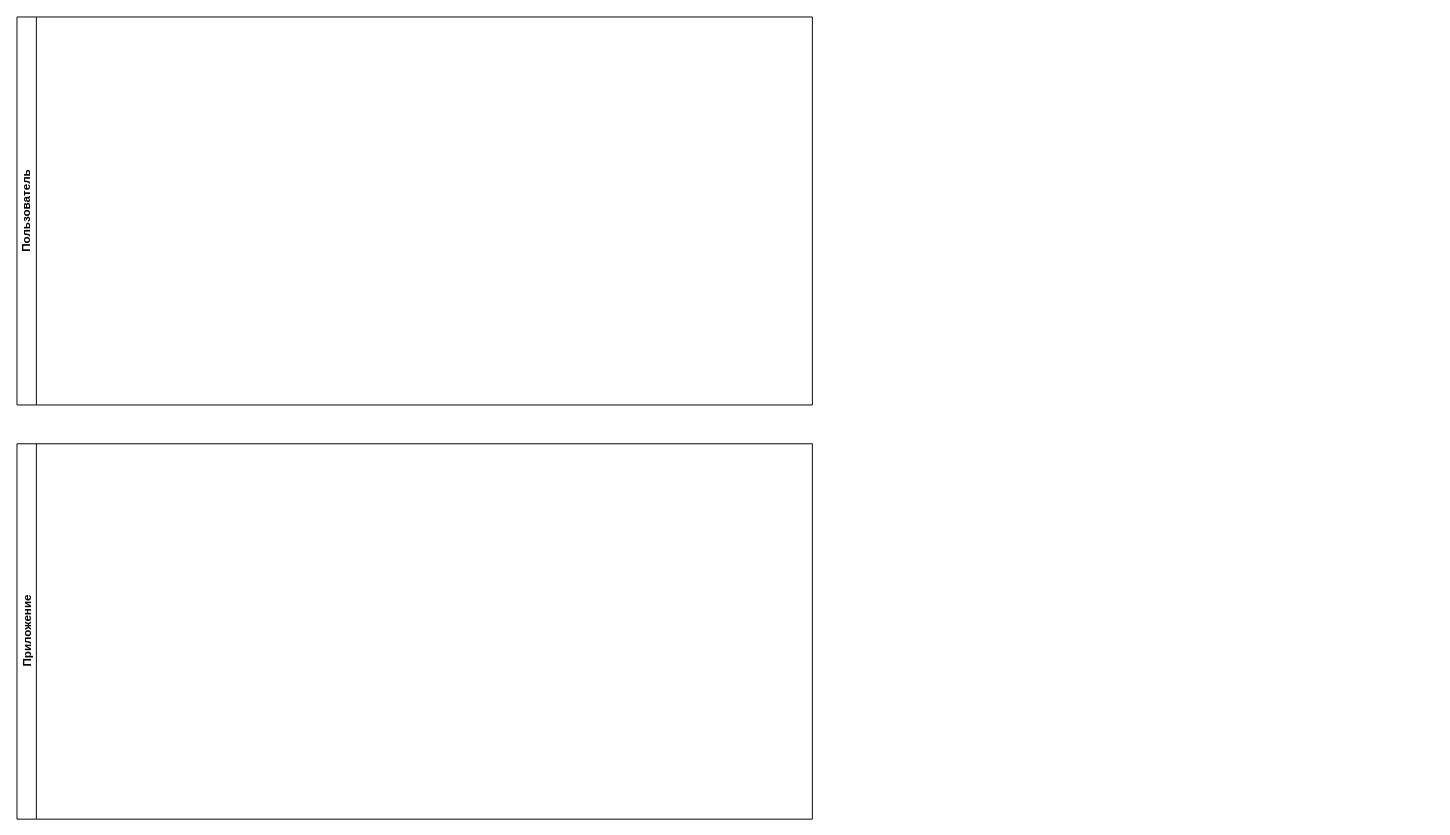
Before: Задание2.drawio in Cheprunovn/Analytics, a draw.io diagram. Source tidied: cells renumbered, new cells numbered last; positions are measured from the earlier drawing's top-left corner, leaving out a move shared by most shapes. Both pictures are drawn from the tidied source at 97%, with x=0, y=0 at pixel (16, 16).
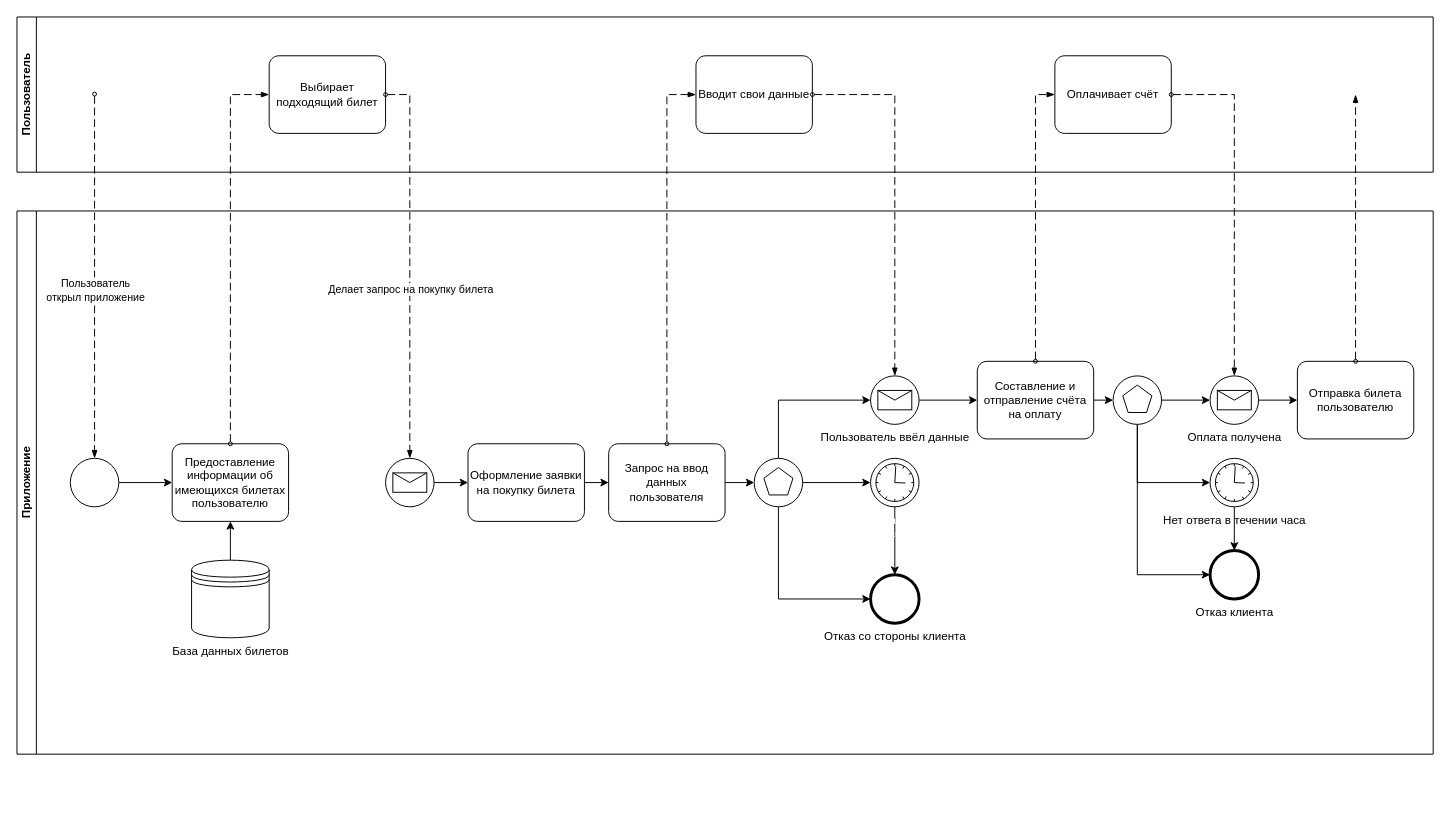
After the change.

What changed in the source:
```diff
@@
     <mxCell id="2" value="Пользователь&lt;br&gt;" style="swimlane;startSize=20;horizontal=0;html=1;whiteSpace=wrap;" parent="1" vertex="1">
-      <mxGeometry width="820" height="400" as="geometry" />
+      <mxGeometry width="1460" height="160" as="geometry" />
     </mxCell>
+    <mxCell id="4" style="dashed=1;dashPattern=8 4;endArrow=blockThin;endFill=1;startArrow=oval;startFill=0;endSize=6;startSize=4;html=1;rounded=0;" parent="2" edge="1" target="12">
+      <mxGeometry relative="1" as="geometry">
+        <mxPoint x="80" y="79.5" as="sourcePoint" />
+      </mxGeometry>
+    </mxCell>
+    <mxCell id="5" value="Пользователь &lt;br&gt;открыл приложение" style="edgeLabel;html=1;align=center;verticalAlign=middle;" parent="4" vertex="1">
+      <mxGeometry x="0.07" relative="1" as="geometry">
+        <mxPoint y="1" as="offset" />
+      </mxGeometry>
+    </mxCell>
+    <mxCell id="6" value="Выбирает подходящий билет" style="points=[[0.25,0,0],[0.5,0,0],[0.75,0,0],[1,0.25,0],[1,0.5,0],[1,0.75,0],[0.75,1,0],[0.5,1,0],[0.25,1,0],[0,0.75,0],[0,0.5,0],[0,0.25,0]];shape=mxgraph.bpmn.task;whiteSpace=wrap;rectStyle=rounded;size=10;html=1;taskMarker=abstract;" parent="2" vertex="1">
+      <mxGeometry x="260" y="40" width="120" height="80" as="geometry" />
+    </mxCell>
+    <mxCell id="7" style="dashed=1;dashPattern=8 4;endArrow=blockThin;endFill=1;startArrow=oval;startFill=0;endSize=6;startSize=4;html=1;rounded=0;exitX=1;exitY=0.5;exitDx=0;exitDy=0;exitPerimeter=0;entryX=0.5;entryY=0;entryDx=0;entryDy=0;entryPerimeter=0;" parent="2" edge="1" source="6" target="17">
+      <mxGeometry relative="1" as="geometry">
+        <Array as="points">
+          <mxPoint x="405" y="80" />
+        </Array>
+      </mxGeometry>
+    </mxCell>
+    <mxCell id="8" value="Делает запрос на покупку билета" style="edgeLabel;html=1;align=center;verticalAlign=middle;" parent="7" vertex="1">
+      <mxGeometry x="0.66" y="-3" relative="1" as="geometry">
+        <mxPoint x="3" y="-107" as="offset" />
+      </mxGeometry>
+    </mxCell>
+    <mxCell id="9" value="Вводит свои данные" style="points=[[0.25,0,0],[0.5,0,0],[0.75,0,0],[1,0.25,0],[1,0.5,0],[1,0.75,0],[0.75,1,0],[0.5,1,0],[0.25,1,0],[0,0.75,0],[0,0.5,0],[0,0.25,0]];shape=mxgraph.bpmn.task;whiteSpace=wrap;rectStyle=rounded;size=10;html=1;taskMarker=abstract;" parent="2" vertex="1">
+      <mxGeometry x="700" y="40" width="120" height="80" as="geometry" />
+    </mxCell>
+    <mxCell id="10" value="Оплачивает счёт" style="points=[[0.25,0,0],[0.5,0,0],[0.75,0,0],[1,0.25,0],[1,0.5,0],[1,0.75,0],[0.75,1,0],[0.5,1,0],[0.25,1,0],[0,0.75,0],[0,0.5,0],[0,0.25,0]];shape=mxgraph.bpmn.task;whiteSpace=wrap;rectStyle=rounded;size=10;html=1;taskMarker=abstract;" parent="2" vertex="1">
+      <mxGeometry x="1070" y="40" width="120" height="80" as="geometry" />
+    </mxCell>
-    <mxCell id="3" value="Приложение&lt;br&gt;" style="swimlane;startSize=20;horizontal=0;html=1;whiteSpace=wrap;" parent="1" vertex="1">
-      <mxGeometry y="440" width="820" height="387" as="geometry" />
+    <mxCell id="3" value="Приложение&lt;br&gt;" style="swimlane;startSize=20;horizontal=0;html=1;whiteSpace=wrap;fontColor=default;labelBackgroundColor=none;" parent="1" vertex="1">
+      <mxGeometry y="200" width="1460" height="560" as="geometry" />
     </mxCell>
+    <mxCell id="11" style="edgeStyle=orthogonalEdgeStyle;rounded=0;jettySize=auto;html=1;exitX=1;exitY=0.5;exitDx=0;exitDy=0;exitPerimeter=0;entryX=0;entryY=0.5;entryDx=0;entryDy=0;entryPerimeter=0;" parent="3" edge="1" source="12" target="13">
+      <mxGeometry relative="1" as="geometry" />
+    </mxCell>
+    <mxCell id="12" style="points=[[0.145,0.145,0],[0.5,0,0],[0.855,0.145,0],[1,0.5,0],[0.855,0.855,0],[0.5,1,0],[0.145,0.855,0],[0,0.5,0]];shape=mxgraph.bpmn.event;html=1;verticalLabelPosition=bottom;labelBackgroundColor=#ffffff;verticalAlign=top;align=center;perimeter=ellipsePerimeter;outlineConnect=0;outline=standard;symbol=general;" parent="3" vertex="1">
+      <mxGeometry x="55" y="255" width="50" height="50" as="geometry" />
+    </mxCell>
+    <mxCell id="13" value="Предоставление информации об имеющихся билетах пользователю" style="points=[[0.25,0,0],[0.5,0,0],[0.75,0,0],[1,0.25,0],[1,0.5,0],[1,0.75,0],[0.75,1,0],[0.5,1,0],[0.25,1,0],[0,0.75,0],[0,0.5,0],[0,0.25,0]];shape=mxgraph.bpmn.task;whiteSpace=wrap;rectStyle=rounded;size=10;html=1;taskMarker=abstract;" parent="3" vertex="1">
+      <mxGeometry x="160" y="240" width="120" height="80" as="geometry" />
+    </mxCell>
+    <mxCell id="14" style="edgeStyle=orthogonalEdgeStyle;rounded=0;jettySize=auto;html=1;exitX=0.5;exitY=0;exitDx=0;exitDy=0;entryX=0.5;entryY=1;entryDx=0;entryDy=0;entryPerimeter=0;" parent="3" edge="1" source="15" target="13">
+      <mxGeometry relative="1" as="geometry" />
+    </mxCell>
+    <mxCell id="15" value="База данных билетов" style="shape=datastore;html=1;labelPosition=center;verticalLabelPosition=bottom;align=center;verticalAlign=top;" parent="3" vertex="1">
+      <mxGeometry x="180" y="360" width="80" height="80" as="geometry" />
+    </mxCell>
+    <mxCell id="16" style="edgeStyle=orthogonalEdgeStyle;rounded=0;jettySize=auto;html=1;exitX=1;exitY=0.5;exitDx=0;exitDy=0;exitPerimeter=0;entryX=0;entryY=0.5;entryDx=0;entryDy=0;entryPerimeter=0;" parent="3" edge="1" source="17" target="19">
+      <mxGeometry relative="1" as="geometry" />
+    </mxCell>
+    <mxCell id="17" style="points=[[0.145,0.145,0],[0.5,0,0],[0.855,0.145,0],[1,0.5,0],[0.855,0.855,0],[0.5,1,0],[0.145,0.855,0],[0,0.5,0]];shape=mxgraph.bpmn.event;html=1;verticalLabelPosition=bottom;labelBackgroundColor=#ffffff;verticalAlign=top;align=center;perimeter=ellipsePerimeter;outlineConnect=0;outline=standard;symbol=message;" parent="3" vertex="1">
+      <mxGeometry x="380" y="255" width="50" height="50" as="geometry" />
+    </mxCell>
+    <mxCell id="18" style="edgeStyle=orthogonalEdgeStyle;rounded=0;jettySize=auto;html=1;exitX=1;exitY=0.5;exitDx=0;exitDy=0;exitPerimeter=0;entryX=0;entryY=0.5;entryDx=0;entryDy=0;entryPerimeter=0;" parent="3" edge="1" source="19" target="21">
+      <mxGeometry relative="1" as="geometry" />
+    </mxCell>
+    <mxCell id="19" value="Оформление заявки на покупку билета" style="points=[[0.25,0,0],[0.5,0,0],[0.75,0,0],[1,0.25,0],[1,0.5,0],[1,0.75,0],[0.75,1,0],[0.5,1,0],[0.25,1,0],[0,0.75,0],[0,0.5,0],[0,0.25,0]];shape=mxgraph.bpmn.task;whiteSpace=wrap;rectStyle=rounded;size=10;html=1;taskMarker=abstract;" parent="3" vertex="1">
+      <mxGeometry x="465" y="240" width="120" height="80" as="geometry" />
+    </mxCell>
+    <mxCell id="20" style="edgeStyle=orthogonalEdgeStyle;rounded=0;jettySize=auto;html=1;exitX=1;exitY=0.5;exitDx=0;exitDy=0;exitPerimeter=0;entryX=0;entryY=0.5;entryDx=0;entryDy=0;entryPerimeter=0;" parent="3" edge="1" source="21" target="25">
+      <mxGeometry relative="1" as="geometry" />
+    </mxCell>
+    <mxCell id="21" value="Запрос на ввод данных пользователя" style="points=[[0.25,0,0],[0.5,0,0],[0.75,0,0],[1,0.25,0],[1,0.5,0],[1,0.75,0],[0.75,1,0],[0.5,1,0],[0.25,1,0],[0,0.75,0],[0,0.5,0],[0,0.25,0]];shape=mxgraph.bpmn.task;whiteSpace=wrap;rectStyle=rounded;size=10;html=1;taskMarker=abstract;" parent="3" vertex="1">
+      <mxGeometry x="610" y="240" width="120" height="80" as="geometry" />
+    </mxCell>
+    <mxCell id="22" style="edgeStyle=orthogonalEdgeStyle;rounded=0;jettySize=auto;html=1;exitX=1;exitY=0.5;exitDx=0;exitDy=0;exitPerimeter=0;entryX=0;entryY=0.5;entryDx=0;entryDy=0;entryPerimeter=0;" parent="3" edge="1" source="25" target="27">
+      <mxGeometry relative="1" as="geometry" />
+    </mxCell>
+    <mxCell id="23" style="edgeStyle=orthogonalEdgeStyle;rounded=0;jettySize=auto;html=1;exitX=0.5;exitY=1;exitDx=0;exitDy=0;exitPerimeter=0;entryX=0;entryY=0.5;entryDx=0;entryDy=0;entryPerimeter=0;" parent="3" edge="1" source="25" target="28">
+      <mxGeometry relative="1" as="geometry" />
+    </mxCell>
+    <mxCell id="24" style="edgeStyle=orthogonalEdgeStyle;rounded=0;jettySize=auto;html=1;exitX=0.5;exitY=0;exitDx=0;exitDy=0;exitPerimeter=0;entryX=0;entryY=0.5;entryDx=0;entryDy=0;entryPerimeter=0;" parent="3" edge="1" source="25" target="30">
+      <mxGeometry relative="1" as="geometry" />
+    </mxCell>
+    <mxCell id="25" style="points=[[0.145,0.145,0],[0.5,0,0],[0.855,0.145,0],[1,0.5,0],[0.855,0.855,0],[0.5,1,0],[0.145,0.855,0],[0,0.5,0]];shape=mxgraph.bpmn.event;html=1;verticalLabelPosition=bottom;labelBackgroundColor=#ffffff;verticalAlign=top;align=center;perimeter=ellipsePerimeter;outlineConnect=0;outline=standard;symbol=multiple;" parent="3" vertex="1">
+      <mxGeometry x="760" y="255" width="50" height="50" as="geometry" />
+    </mxCell>
+    <mxCell id="26" style="edgeStyle=orthogonalEdgeStyle;rounded=0;jettySize=auto;html=1;" parent="3" edge="1" source="27" target="28">
+      <mxGeometry relative="1" as="geometry" />
+    </mxCell>
+    <mxCell id="27" value="&lt;font&gt;Нет ответа в течении &lt;br&gt;часа&lt;br&gt;&lt;/font&gt;" style="points=[[0.145,0.145,0],[0.5,0,0],[0.855,0.145,0],[1,0.5,0],[0.855,0.855,0],[0.5,1,0],[0.145,0.855,0],[0,0.5,0]];shape=mxgraph.bpmn.event;html=1;verticalLabelPosition=bottom;labelBackgroundColor=none;verticalAlign=top;align=center;perimeter=ellipsePerimeter;outlineConnect=0;outline=standard;symbol=timer;fontColor=#FFFFFF;" parent="3" vertex="1">
+      <mxGeometry x="880" y="255" width="50" height="50" as="geometry" />
+    </mxCell>
+    <mxCell id="28" value="Отказ со стороны клиента" style="points=[[0.145,0.145,0],[0.5,0,0],[0.855,0.145,0],[1,0.5,0],[0.855,0.855,0],[0.5,1,0],[0.145,0.855,0],[0,0.5,0]];shape=mxgraph.bpmn.event;html=1;verticalLabelPosition=bottom;labelBackgroundColor=none;verticalAlign=top;align=center;perimeter=ellipsePerimeter;outlineConnect=0;outline=end;symbol=terminate2;" parent="3" vertex="1">
+      <mxGeometry x="880" y="375" width="50" height="50" as="geometry" />
+    </mxCell>
+    <mxCell id="29" style="edgeStyle=orthogonalEdgeStyle;rounded=0;jettySize=auto;html=1;exitX=1;exitY=0.5;exitDx=0;exitDy=0;exitPerimeter=0;entryX=0;entryY=0.5;entryDx=0;entryDy=0;entryPerimeter=0;" parent="3" edge="1" source="30" target="32">
+      <mxGeometry relative="1" as="geometry" />
+    </mxCell>
+    <mxCell id="30" value="Пользователь ввёл данные" style="points=[[0.145,0.145,0],[0.5,0,0],[0.855,0.145,0],[1,0.5,0],[0.855,0.855,0],[0.5,1,0],[0.145,0.855,0],[0,0.5,0]];shape=mxgraph.bpmn.event;html=1;verticalLabelPosition=bottom;labelBackgroundColor=none;verticalAlign=top;align=center;perimeter=ellipsePerimeter;outlineConnect=0;outline=standard;symbol=message;" parent="3" vertex="1">
+      <mxGeometry x="880" y="170" width="50" height="50" as="geometry" />
+    </mxCell>
+    <mxCell id="31" style="edgeStyle=orthogonalEdgeStyle;rounded=0;jettySize=auto;html=1;exitX=1;exitY=0.5;exitDx=0;exitDy=0;exitPerimeter=0;entryX=0;entryY=0.5;entryDx=0;entryDy=0;entryPerimeter=0;" parent="3" edge="1" source="32" target="36">
+      <mxGeometry relative="1" as="geometry" />
+    </mxCell>
+    <mxCell id="32" value="Составление и отправление счёта на оплату" style="points=[[0.25,0,0],[0.5,0,0],[0.75,0,0],[1,0.25,0],[1,0.5,0],[1,0.75,0],[0.75,1,0],[0.5,1,0],[0.25,1,0],[0,0.75,0],[0,0.5,0],[0,0.25,0]];shape=mxgraph.bpmn.task;whiteSpace=wrap;rectStyle=rounded;size=10;html=1;taskMarker=abstract;" parent="3" vertex="1">
+      <mxGeometry x="990" y="155" width="120" height="80" as="geometry" />
+    </mxCell>
+    <mxCell id="33" style="edgeStyle=orthogonalEdgeStyle;rounded=0;jettySize=auto;html=1;exitX=1;exitY=0.5;exitDx=0;exitDy=0;exitPerimeter=0;entryX=0;entryY=0.5;entryDx=0;entryDy=0;entryPerimeter=0;" parent="3" edge="1" source="36" target="38">
+      <mxGeometry relative="1" as="geometry" />
+    </mxCell>
+    <mxCell id="34" style="edgeStyle=orthogonalEdgeStyle;rounded=0;jettySize=auto;html=1;exitX=0.5;exitY=1;exitDx=0;exitDy=0;exitPerimeter=0;entryX=0;entryY=0.5;entryDx=0;entryDy=0;entryPerimeter=0;" parent="3" edge="1" source="36" target="40">
+      <mxGeometry relative="1" as="geometry" />
+    </mxCell>
+    <mxCell id="35" style="edgeStyle=orthogonalEdgeStyle;rounded=0;jettySize=auto;html=1;exitX=0.5;exitY=1;exitDx=0;exitDy=0;exitPerimeter=0;entryX=0;entryY=0.5;entryDx=0;entryDy=0;entryPerimeter=0;" parent="3" edge="1" source="36" target="41">
+      <mxGeometry relative="1" as="geometry" />
+    </mxCell>
+    <mxCell id="36" style="points=[[0.145,0.145,0],[0.5,0,0],[0.855,0.145,0],[1,0.5,0],[0.855,0.855,0],[0.5,1,0],[0.145,0.855,0],[0,0.5,0]];shape=mxgraph.bpmn.event;html=1;verticalLabelPosition=bottom;labelBackgroundColor=#ffffff;verticalAlign=top;align=center;perimeter=ellipsePerimeter;outlineConnect=0;outline=standard;symbol=multiple;" parent="3" vertex="1">
+      <mxGeometry x="1130" y="170" width="50" height="50" as="geometry" />
+    </mxCell>
+    <mxCell id="37" style="edgeStyle=orthogonalEdgeStyle;rounded=0;jettySize=auto;html=1;exitX=1;exitY=0.5;exitDx=0;exitDy=0;exitPerimeter=0;entryX=0;entryY=0.5;entryDx=0;entryDy=0;entryPerimeter=0;" parent="3" edge="1" source="38" target="42">
+      <mxGeometry relative="1" as="geometry" />
+    </mxCell>
+    <mxCell id="38" value="Оплата получена" style="points=[[0.145,0.145,0],[0.5,0,0],[0.855,0.145,0],[1,0.5,0],[0.855,0.855,0],[0.5,1,0],[0.145,0.855,0],[0,0.5,0]];shape=mxgraph.bpmn.event;html=1;verticalLabelPosition=bottom;labelBackgroundColor=none;verticalAlign=top;align=center;perimeter=ellipsePerimeter;outlineConnect=0;outline=standard;symbol=message;" parent="3" vertex="1">
+      <mxGeometry x="1230" y="170" width="50" height="50" as="geometry" />
+    </mxCell>
+    <mxCell id="39" style="edgeStyle=orthogonalEdgeStyle;rounded=0;jettySize=auto;html=1;exitX=0.5;exitY=1;exitDx=0;exitDy=0;exitPerimeter=0;entryX=0.5;entryY=0;entryDx=0;entryDy=0;entryPerimeter=0;" parent="3" edge="1" source="40" target="41">
+      <mxGeometry relative="1" as="geometry" />
+    </mxCell>
+    <mxCell id="40" value="Нет ответа в течении часа" style="points=[[0.145,0.145,0],[0.5,0,0],[0.855,0.145,0],[1,0.5,0],[0.855,0.855,0],[0.5,1,0],[0.145,0.855,0],[0,0.5,0]];shape=mxgraph.bpmn.event;html=1;verticalLabelPosition=bottom;labelBackgroundColor=none;verticalAlign=top;align=center;perimeter=ellipsePerimeter;outlineConnect=0;outline=standard;symbol=timer;" parent="3" vertex="1">
+      <mxGeometry x="1230" y="255" width="50" height="50" as="geometry" />
+    </mxCell>
+    <mxCell id="41" value="Отказ клиента" style="points=[[0.145,0.145,0],[0.5,0,0],[0.855,0.145,0],[1,0.5,0],[0.855,0.855,0],[0.5,1,0],[0.145,0.855,0],[0,0.5,0]];shape=mxgraph.bpmn.event;html=1;verticalLabelPosition=bottom;labelBackgroundColor=none;verticalAlign=top;align=center;perimeter=ellipsePerimeter;outlineConnect=0;outline=end;symbol=terminate2;" parent="3" vertex="1">
+      <mxGeometry x="1230" y="350" width="50" height="50" as="geometry" />
+    </mxCell>
+    <mxCell id="42" value="Отправка билета пользователю" style="points=[[0.25,0,0],[0.5,0,0],[0.75,0,0],[1,0.25,0],[1,0.5,0],[1,0.75,0],[0.75,1,0],[0.5,1,0],[0.25,1,0],[0,0.75,0],[0,0.5,0],[0,0.25,0]];shape=mxgraph.bpmn.task;whiteSpace=wrap;rectStyle=rounded;size=10;html=1;taskMarker=abstract;" parent="3" vertex="1">
+      <mxGeometry x="1320" y="155" width="120" height="80" as="geometry" />
+    </mxCell>
+    <mxCell id="43" style="dashed=1;dashPattern=8 4;endArrow=blockThin;endFill=1;startArrow=oval;startFill=0;endSize=6;startSize=4;html=1;rounded=0;exitX=0.5;exitY=0;exitDx=0;exitDy=0;exitPerimeter=0;entryX=0;entryY=0.5;entryDx=0;entryDy=0;entryPerimeter=0;" parent="1" edge="1" source="13" target="6">
+      <mxGeometry relative="1" as="geometry">
+        <Array as="points">
+          <mxPoint x="220" y="80" />
+        </Array>
+      </mxGeometry>
+    </mxCell>
+    <mxCell id="44" style="dashed=1;dashPattern=8 4;endArrow=blockThin;endFill=1;startArrow=oval;startFill=0;endSize=6;startSize=4;html=1;rounded=0;exitX=0.5;exitY=0;exitDx=0;exitDy=0;exitPerimeter=0;entryX=0;entryY=0.5;entryDx=0;entryDy=0;entryPerimeter=0;" parent="1" edge="1" source="21" target="9">
+      <mxGeometry relative="1" as="geometry">
+        <Array as="points">
+          <mxPoint x="670" y="80" />
+        </Array>
+      </mxGeometry>
+    </mxCell>
+    <mxCell id="45" style="dashed=1;dashPattern=8 4;endArrow=blockThin;endFill=1;startArrow=oval;startFill=0;endSize=6;startSize=4;html=1;rounded=0;exitX=1;exitY=0.5;exitDx=0;exitDy=0;exitPerimeter=0;entryX=0.5;entryY=0;entryDx=0;entryDy=0;entryPerimeter=0;" parent="1" edge="1" source="9" target="30">
+      <mxGeometry relative="1" as="geometry">
+        <Array as="points">
+          <mxPoint x="905" y="80" />
+        </Array>
+      </mxGeometry>
+    </mxCell>
+    <mxCell id="46" style="dashed=1;dashPattern=8 4;endArrow=blockThin;endFill=1;startArrow=oval;startFill=0;endSize=6;startSize=4;html=1;rounded=0;exitX=0.5;exitY=0;exitDx=0;exitDy=0;exitPerimeter=0;entryX=0;entryY=0.5;entryDx=0;entryDy=0;entryPerimeter=0;" parent="1" edge="1" source="32" target="10">
+      <mxGeometry relative="1" as="geometry">
+        <Array as="points">
+          <mxPoint x="1050" y="80" />
+        </Array>
+      </mxGeometry>
+    </mxCell>
+    <mxCell id="47" style="dashed=1;dashPattern=8 4;endArrow=blockThin;endFill=1;startArrow=oval;startFill=0;endSize=6;startSize=4;html=1;rounded=0;exitX=1;exitY=0.5;exitDx=0;exitDy=0;exitPerimeter=0;entryX=0.5;entryY=0;entryDx=0;entryDy=0;entryPerimeter=0;" parent="1" edge="1" source="10" target="38">
+      <mxGeometry relative="1" as="geometry">
+        <Array as="points">
+          <mxPoint x="1255" y="80" />
+        </Array>
+      </mxGeometry>
+    </mxCell>
+    <mxCell id="48" style="dashed=1;dashPattern=8 4;endArrow=blockThin;endFill=1;startArrow=oval;startFill=0;endSize=6;startSize=4;html=1;rounded=0;exitX=0.5;exitY=0;exitDx=0;exitDy=0;exitPerimeter=0;" parent="1" edge="1" source="42">
+      <mxGeometry relative="1" as="geometry">
+        <mxPoint x="1380" y="80" as="targetPoint" />
+      </mxGeometry>
+    </mxCell>
```
